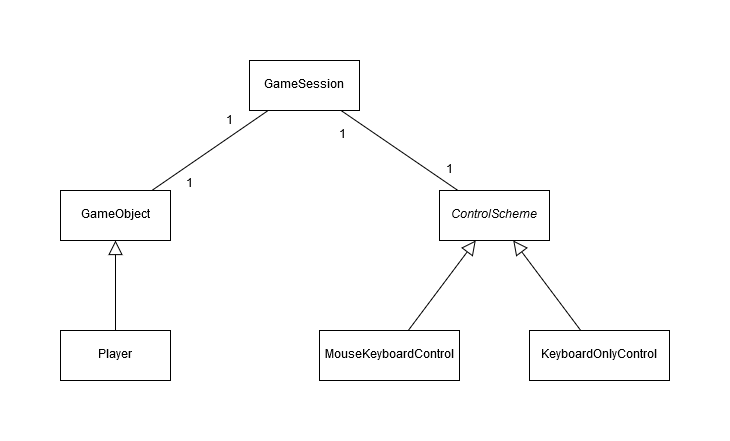
This is dokumentaatio/kuvat/luokkakaavio.png from ikaevalko/ot-harjoitustyo, a draw.io export, as it was before one commit. Source tidied: cells renumbered, new cells last; positions are measured from the earlier drawing's top-left corner, leaving out a move shared by most shapes.
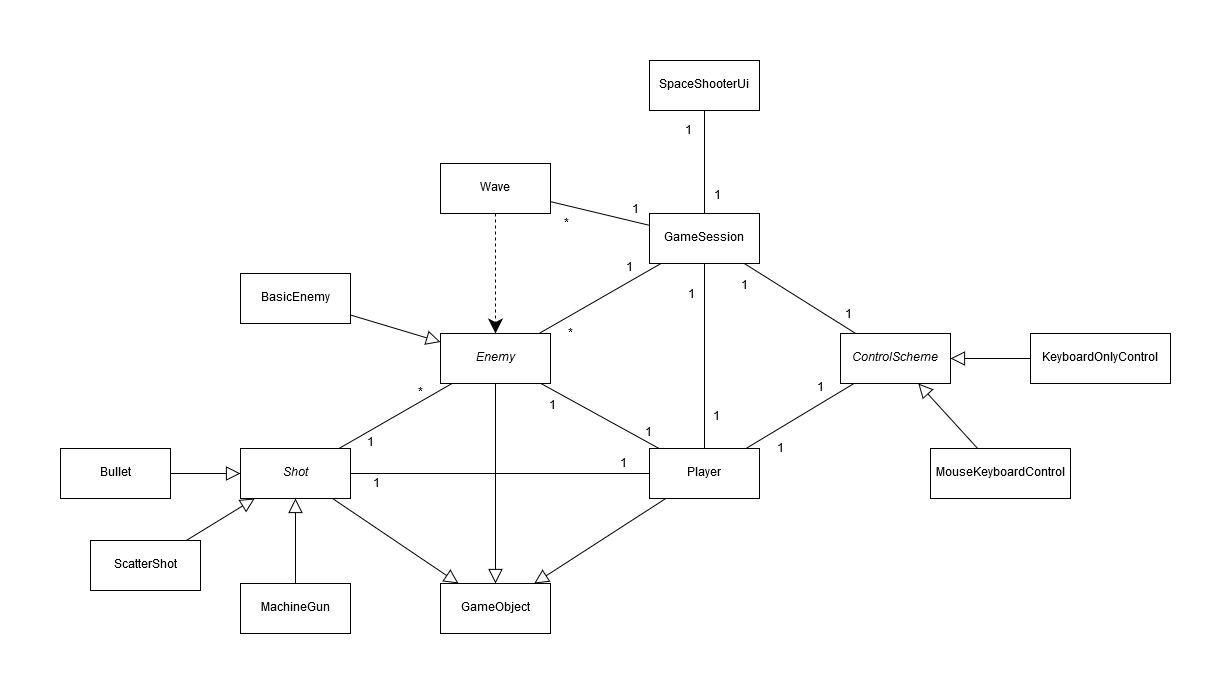
Above is the later version.

The edit, as a diff of the source:
```diff
@@ -2,30 +2,69 @@
   <root>
     <mxCell id="0" />
     <mxCell id="1" parent="0" />
+    <mxCell id="17" style="rounded=0;jettySize=auto;html=1;endArrow=none;endFill=0;endSize=12;" parent="1" edge="1" source="2" target="33">
+      <mxGeometry relative="1" as="geometry" />
+    </mxCell>
+    <mxCell id="18" value="1" style="text;html=1;align=center;verticalAlign=middle;labelBackgroundColor=#ffffff;" parent="17" vertex="1">
+      <mxGeometry x="-0.72" y="1" relative="1" as="geometry">
+        <mxPoint x="-14.5" y="-6" as="offset" />
+      </mxGeometry>
+    </mxCell>
+    <mxCell id="19" value="*" style="text;html=1;align=center;verticalAlign=middle;labelBackgroundColor=#ffffff;" parent="17" vertex="1">
+      <mxGeometry x="0.63" y="1" relative="1" as="geometry">
+        <mxPoint x="8" y="12.5" as="offset" />
+      </mxGeometry>
+    </mxCell>
+    <mxCell id="20" style="edgeStyle=none;rounded=0;jettySize=auto;html=1;endArrow=none;endFill=0;" parent="1" edge="1" source="2" target="46">
+      <mxGeometry relative="1" as="geometry" />
+    </mxCell>
+    <mxCell id="21" value="1" style="text;html=1;align=center;verticalAlign=middle;labelBackgroundColor=#ffffff;" parent="20" vertex="1">
+      <mxGeometry x="-0.67" y="-1" relative="1" as="geometry">
+        <mxPoint x="2" y="-10" as="offset" />
+      </mxGeometry>
+    </mxCell>
+    <mxCell id="22" value="*" style="text;html=1;align=center;verticalAlign=middle;labelBackgroundColor=#ffffff;" parent="20" vertex="1">
+      <mxGeometry x="0.72" relative="1" as="geometry">
+        <mxPoint x="2.5" y="19.5" as="offset" />
+      </mxGeometry>
+    </mxCell>
     <mxCell id="2" value="&lt;div&gt;GameSession&lt;/div&gt;" style="html=1;" parent="1" vertex="1">
-      <mxGeometry x="189" width="110" height="50" as="geometry" />
+      <mxGeometry x="478" y="103" width="110" height="50" as="geometry" />
     </mxCell>
     <mxCell id="3" style="edgeStyle=none;rounded=0;jettySize=auto;html=1;endArrow=block;endFill=0;endSize=12;" parent="1" edge="1" source="4" target="8">
       <mxGeometry relative="1" as="geometry" />
     </mxCell>
+    <mxCell id="23" style="edgeStyle=none;rounded=0;jettySize=auto;html=1;endArrow=none;endFill=0;endSize=12;" parent="1" edge="1" source="4" target="40">
+      <mxGeometry relative="1" as="geometry" />
+    </mxCell>
+    <mxCell id="24" value="1" style="text;html=1;align=center;verticalAlign=middle;labelBackgroundColor=#ffffff;" parent="23" vertex="1">
+      <mxGeometry x="-0.57" y="1" relative="1" as="geometry">
+        <mxPoint x="39" y="-11" as="offset" />
+      </mxGeometry>
+    </mxCell>
+    <mxCell id="25" value="1" style="text;html=1;align=center;verticalAlign=middle;labelBackgroundColor=#ffffff;" parent="23" vertex="1">
+      <mxGeometry x="0.56" y="2" relative="1" as="geometry">
+        <mxPoint x="-40" y="8" as="offset" />
+      </mxGeometry>
+    </mxCell>
     <mxCell id="4" value="Player" style="html=1;" parent="1" vertex="1">
-      <mxGeometry y="270" width="110" height="50" as="geometry" />
+      <mxGeometry x="478" y="338" width="110" height="50" as="geometry" />
     </mxCell>
-    <mxCell id="5" style="edgeStyle=none;rounded=0;jettySize=auto;html=1;endArrow=none;endFill=0;" parent="1" edge="1" source="8" target="2">
+    <mxCell id="5" style="edgeStyle=none;rounded=0;jettySize=auto;html=1;endArrow=none;endFill=0;" parent="1" edge="1" source="4" target="2">
       <mxGeometry relative="1" as="geometry" />
     </mxCell>
     <mxCell id="6" value="1" style="text;html=1;align=center;verticalAlign=middle;labelBackgroundColor=#ffffff;" parent="5" vertex="1">
       <mxGeometry x="0.71" y="-2" relative="1" as="geometry">
-        <mxPoint x="-23" y="-3" as="offset" />
+        <mxPoint x="-15" y="4" as="offset" />
       </mxGeometry>
     </mxCell>
     <mxCell id="7" value="1" style="text;html=1;align=center;verticalAlign=middle;labelBackgroundColor=#ffffff;" parent="5" vertex="1">
       <mxGeometry x="-0.62" y="-1" relative="1" as="geometry">
-        <mxPoint x="15" y="7.5" as="offset" />
+        <mxPoint x="11" y="3.5" as="offset" />
       </mxGeometry>
     </mxCell>
     <mxCell id="8" value="GameObject" style="html=1;" parent="1" vertex="1">
-      <mxGeometry y="130" width="110" height="50" as="geometry" />
+      <mxGeometry x="269" y="473" width="110" height="50" as="geometry" />
     </mxCell>
     <mxCell id="9" style="rounded=0;jettySize=auto;html=1;endArrow=none;endFill=0;" parent="1" edge="1" source="12" target="2">
       <mxGeometry relative="1" as="geometry" />
@@ -40,20 +79,117 @@
         <mxPoint x="10" y="-5" as="offset" />
       </mxGeometry>
     </mxCell>
+    <mxCell id="26" style="rounded=0;jettySize=auto;html=1;endArrow=none;endFill=0;" parent="1" edge="1" source="12" target="4">
+      <mxGeometry relative="1" as="geometry" />
+    </mxCell>
+    <mxCell id="27" value="1" style="text;html=1;align=center;verticalAlign=middle;labelBackgroundColor=#ffffff;" parent="26" vertex="1">
+      <mxGeometry x="0.62" relative="1" as="geometry">
+        <mxPoint x="14" y="12.5" as="offset" />
+      </mxGeometry>
+    </mxCell>
+    <mxCell id="28" value="1" style="text;html=1;align=center;verticalAlign=middle;labelBackgroundColor=#ffffff;" parent="26" vertex="1">
+      <mxGeometry x="-0.61" y="-1" relative="1" as="geometry">
+        <mxPoint x="-11.5" y="-8" as="offset" />
+      </mxGeometry>
+    </mxCell>
     <mxCell id="12" value="&lt;i&gt;ControlScheme&lt;/i&gt;" style="html=1;" parent="1" vertex="1">
-      <mxGeometry x="379" y="130" width="110" height="50" as="geometry" />
+      <mxGeometry x="669" y="223" width="110" height="50" as="geometry" />
     </mxCell>
     <mxCell id="13" style="edgeStyle=none;rounded=0;jettySize=auto;html=1;endArrow=block;endFill=0;endSize=12;" parent="1" edge="1" source="14" target="12">
       <mxGeometry relative="1" as="geometry" />
     </mxCell>
     <mxCell id="14" value="KeyboardOnlyControl" style="html=1;" parent="1" vertex="1">
-      <mxGeometry x="469" y="270" width="140" height="50" as="geometry" />
+      <mxGeometry x="859" y="223" width="140" height="50" as="geometry" />
     </mxCell>
     <mxCell id="15" style="edgeStyle=none;rounded=0;jettySize=auto;html=1;endArrow=block;endFill=0;endSize=12;" parent="1" edge="1" source="16" target="12">
       <mxGeometry relative="1" as="geometry" />
     </mxCell>
     <mxCell id="16" value="MouseKeyboardControl" style="html=1;" parent="1" vertex="1">
-      <mxGeometry x="259" y="270" width="140" height="50" as="geometry" />
+      <mxGeometry x="759" y="338" width="140" height="50" as="geometry" />
     </mxCell>
+    <mxCell id="29" style="edgeStyle=none;rounded=0;jettySize=auto;html=1;endArrow=block;endFill=0;endSize=12;" parent="1" edge="1" source="33" target="8">
+      <mxGeometry relative="1" as="geometry" />
+    </mxCell>
+    <mxCell id="30" style="edgeStyle=none;rounded=0;jettySize=auto;html=1;endArrow=none;endFill=0;endSize=12;" parent="1" edge="1" source="33" target="4">
+      <mxGeometry relative="1" as="geometry" />
+    </mxCell>
+    <mxCell id="31" value="1" style="text;html=1;align=center;verticalAlign=middle;labelBackgroundColor=#ffffff;" parent="30" vertex="1">
+      <mxGeometry x="0.86" y="-3" relative="1" as="geometry">
+        <mxPoint x="-1" y="-13" as="offset" />
+      </mxGeometry>
+    </mxCell>
+    <mxCell id="32" value="1" style="text;html=1;align=center;verticalAlign=middle;labelBackgroundColor=#ffffff;" parent="30" vertex="1">
+      <mxGeometry x="-0.83" y="1" relative="1" as="geometry">
+        <mxPoint x="1" y="18" as="offset" />
+      </mxGeometry>
+    </mxCell>
+    <mxCell id="33" value="&lt;i&gt;Enemy&lt;/i&gt;" style="html=1;" parent="1" vertex="1">
+      <mxGeometry x="269" y="223" width="110" height="50" as="geometry" />
+    </mxCell>
+    <mxCell id="34" style="edgeStyle=none;rounded=0;jettySize=auto;html=1;endArrow=block;endFill=0;endSize=12;" parent="1" edge="1" source="35" target="33">
+      <mxGeometry relative="1" as="geometry" />
+    </mxCell>
+    <mxCell id="35" value="&lt;div&gt;BasicEnemy&lt;/div&gt;" style="html=1;" parent="1" vertex="1">
+      <mxGeometry x="69" y="163" width="110" height="50" as="geometry" />
+    </mxCell>
+    <mxCell id="36" style="edgeStyle=none;rounded=0;jettySize=auto;html=1;endArrow=block;endFill=0;endSize=12;" parent="1" edge="1" source="40" target="8">
+      <mxGeometry relative="1" as="geometry" />
+    </mxCell>
+    <mxCell id="37" style="edgeStyle=none;rounded=0;jettySize=auto;html=1;endArrow=none;endFill=0;endSize=12;" parent="1" edge="1" source="40" target="33">
+      <mxGeometry relative="1" as="geometry" />
+    </mxCell>
+    <mxCell id="38" value="*" style="text;html=1;align=center;verticalAlign=middle;labelBackgroundColor=#ffffff;" parent="37" vertex="1">
+      <mxGeometry x="0.7" y="2" relative="1" as="geometry">
+        <mxPoint x="-13.5" y="2" as="offset" />
+      </mxGeometry>
+    </mxCell>
+    <mxCell id="39" value="1" style="text;html=1;align=center;verticalAlign=middle;labelBackgroundColor=#ffffff;" parent="37" vertex="1">
+      <mxGeometry x="-0.73" y="-1" relative="1" as="geometry">
+        <mxPoint x="16.5" y="2.5" as="offset" />
+      </mxGeometry>
+    </mxCell>
+    <mxCell id="40" value="&lt;i&gt;Shot&lt;/i&gt;" style="html=1;" parent="1" vertex="1">
+      <mxGeometry x="69" y="338" width="110" height="50" as="geometry" />
+    </mxCell>
+    <mxCell id="41" style="rounded=0;jettySize=auto;html=1;endArrow=none;endFill=0;" parent="1" edge="1" source="44" target="2">
+      <mxGeometry relative="1" as="geometry" />
+    </mxCell>
+    <mxCell id="42" value="1" style="text;html=1;align=center;verticalAlign=middle;labelBackgroundColor=#ffffff;" parent="41" vertex="1">
+      <mxGeometry x="0.67" y="1" relative="1" as="geometry">
+        <mxPoint x="12" y="-1" as="offset" />
+      </mxGeometry>
+    </mxCell>
+    <mxCell id="43" value="1" style="text;html=1;align=center;verticalAlign=middle;labelBackgroundColor=#ffffff;" parent="41" vertex="1">
+      <mxGeometry x="-0.63" relative="1" as="geometry">
+        <mxPoint x="-16" y="1" as="offset" />
+      </mxGeometry>
+    </mxCell>
+    <mxCell id="44" value="SpaceShooterUi" style="html=1;" parent="1" vertex="1">
+      <mxGeometry x="478" y="-50" width="110" height="50" as="geometry" />
+    </mxCell>
+    <mxCell id="45" style="edgeStyle=none;rounded=0;jettySize=auto;html=1;endArrow=classic;endFill=1;endSize=12;dashed=1;" parent="1" edge="1" source="46" target="33">
+      <mxGeometry relative="1" as="geometry" />
+    </mxCell>
+    <mxCell id="46" value="Wave" style="html=1;" parent="1" vertex="1">
+      <mxGeometry x="269" y="53" width="110" height="50" as="geometry" />
+    </mxCell>
+    <mxCell id="47" style="edgeStyle=none;rounded=0;jettySize=auto;html=1;endArrow=block;endFill=0;endSize=12;" parent="1" edge="1" source="48" target="40">
+      <mxGeometry relative="1" as="geometry" />
+    </mxCell>
+    <mxCell id="48" value="Bullet" style="html=1;" parent="1" vertex="1">
+      <mxGeometry x="-111" y="338" width="110" height="50" as="geometry" />
+    </mxCell>
+    <mxCell id="49" style="edgeStyle=none;rounded=0;jettySize=auto;html=1;endArrow=block;endFill=0;endSize=12;" parent="1" edge="1" source="50" target="40">
+      <mxGeometry relative="1" as="geometry" />
+    </mxCell>
+    <mxCell id="50" value="ScatterShot" style="html=1;" parent="1" vertex="1">
+      <mxGeometry x="-81" y="430" width="110" height="50" as="geometry" />
+    </mxCell>
+    <mxCell id="51" style="rounded=0;jettySize=auto;html=1;endArrow=block;endFill=0;strokeWidth=1;endSize=12;" parent="1" edge="1" source="52" target="40">
+      <mxGeometry relative="1" as="geometry" />
+    </mxCell>
+    <mxCell id="52" value="MachineGun" style="html=1;" parent="1" vertex="1">
+      <mxGeometry x="69" y="473" width="110" height="50" as="geometry" />
+    </mxCell>
   </root>
 </mxGraphModel>
```
